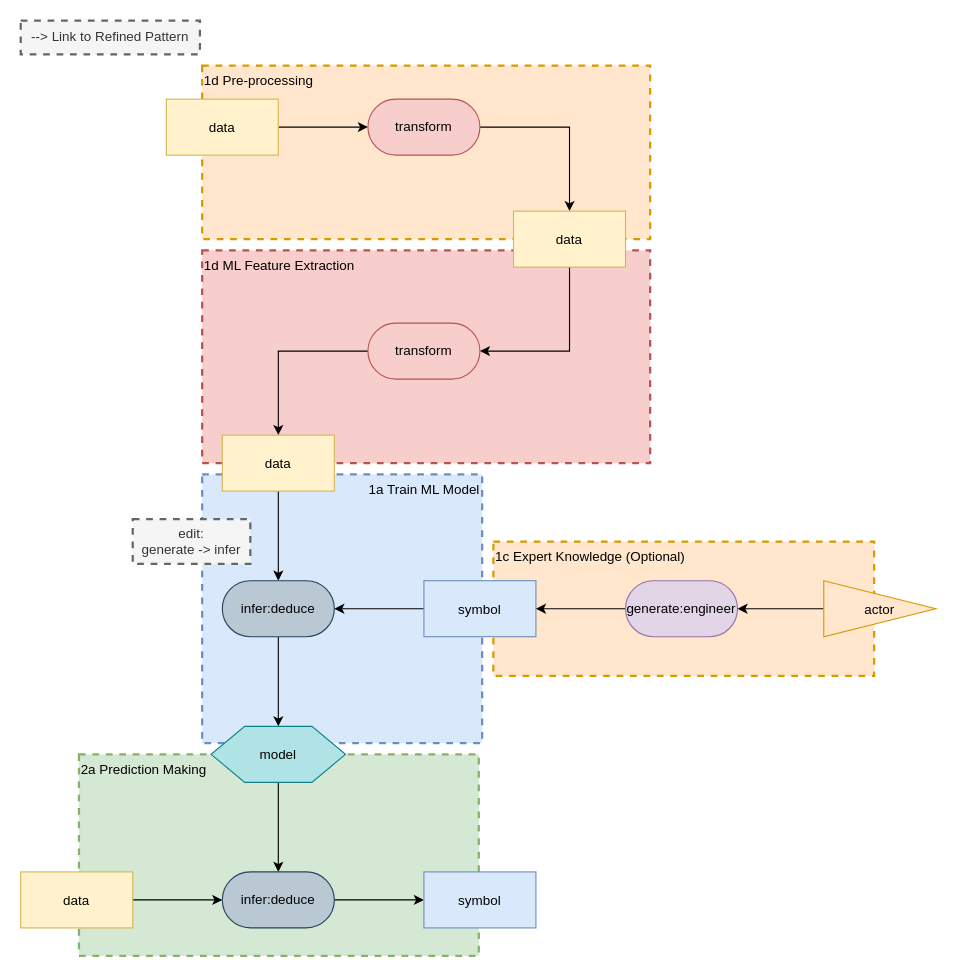
This is page "Generalized Pattern" (1 of 7) of medical patterns to boxologies/ML Pre-processes input data for Rule-Based inference (MLRB)/MLRB.drawio from zonnesmit/thesis, a draw.io file, before an edit. Source tidied: cells renumbered, new cells numbered last; positions are measured from the earlier drawing's top-left corner, leaving out a move shared by most shapes. Both pictures are drawn from the tidied source at 112%, with x=0, y=0 at pixel (20, 20).
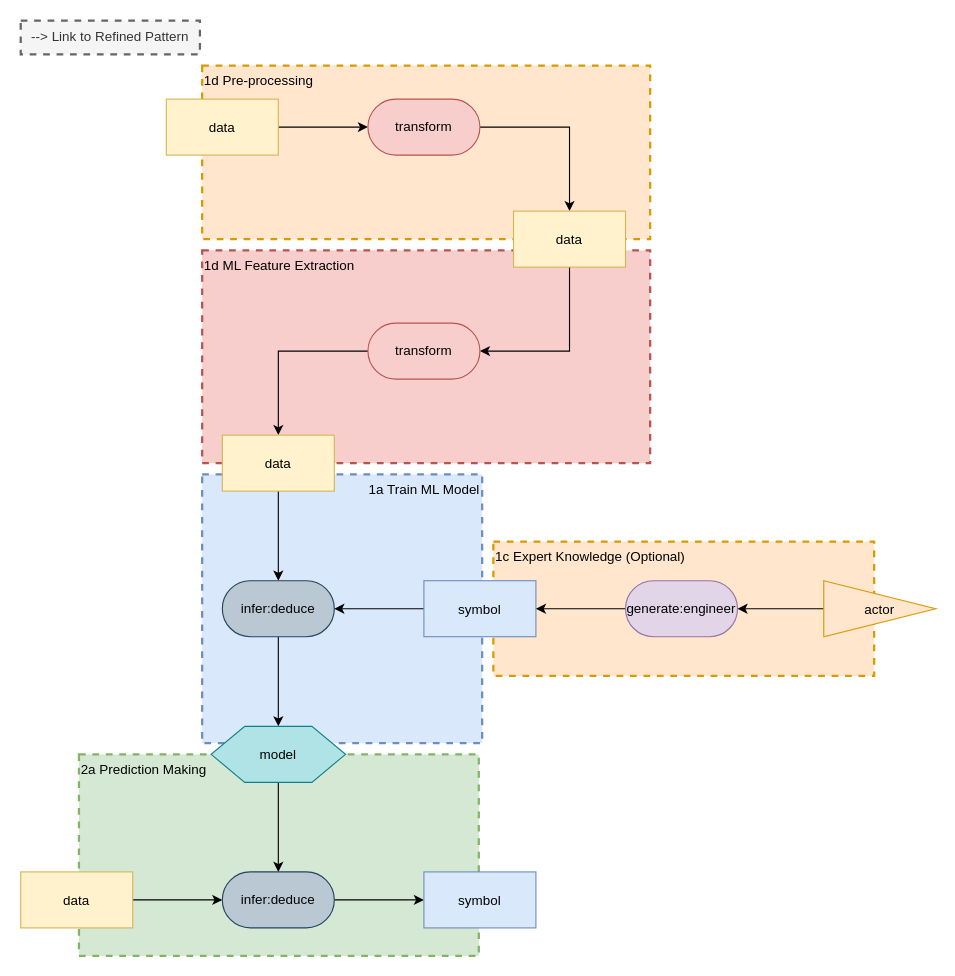
The same page after the edit.

The edit, as a diff of the source:
```diff
@@
-    <mxCell id="32" value="&lt;div&gt;edit:&lt;/div&gt;&lt;div&gt;generate -&amp;gt; infer&lt;/div&gt;" style="text;html=1;align=center;verticalAlign=middle;whiteSpace=wrap;rounded=0;dashed=1;fillColor=#f5f5f5;fontColor=#333333;strokeColor=#666666;strokeWidth=2;" parent="1" vertex="1">
-      <mxGeometry x="100" y="445" width="105" height="40" as="geometry" />
-    </mxCell>
```
